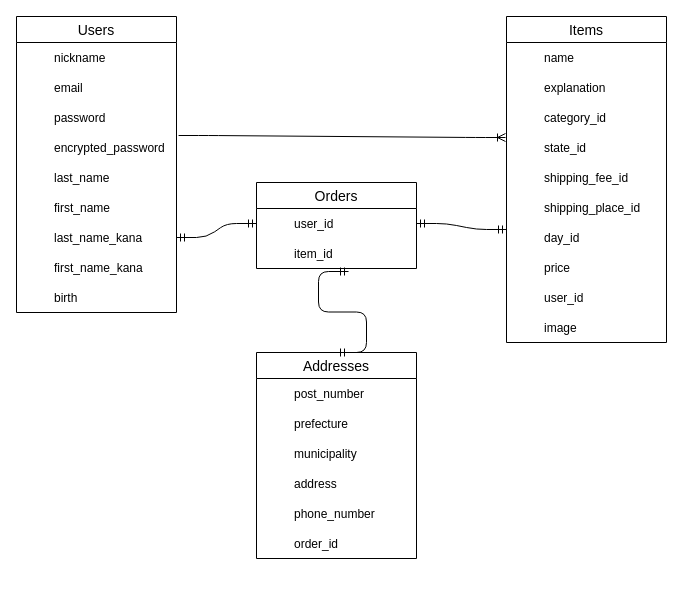
Landy1000/furima-31941 keeps this draw.io diagram as furima.dio. Above is the earlier version. Source tidied: cells renumbered, new cells numbered last; positions are measured from the earlier drawing's top-left corner, leaving out a move shared by most shapes. Both pictures are drawn from the tidied source at 100%, with x=0, y=0 at pixel (16, 16).
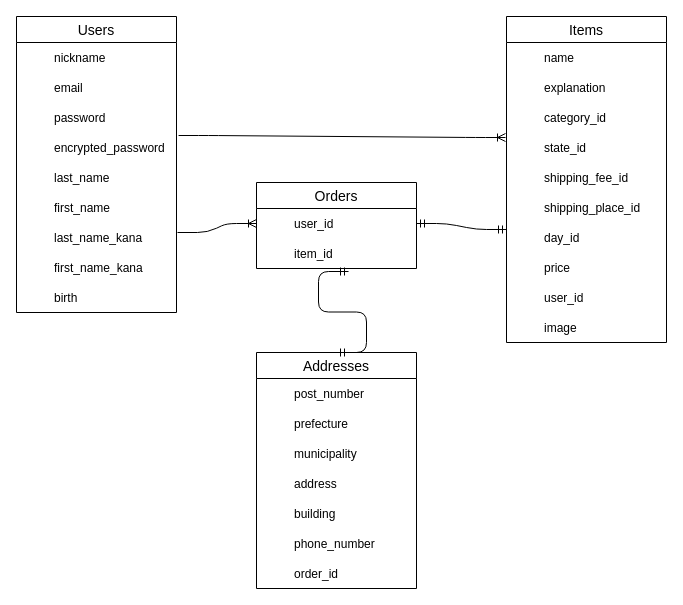
Above is the later version.

Commit message (it also covers changes not shown here):
データベース設計　修正2

Unchanged cells that the change refers to:
```xml
<mxCell id="27" style="shape=partialRectangle;fillColor=none;top=0;left=0;bottom=0;right=0;points=[[0,0.5],[1,0.5]];portConstraint=eastwest;" parent="26" vertex="1">
  <mxGeometry width="160" height="30" as="geometry" />
</mxCell>
<mxCell id="80" style="shape=partialRectangle;fillColor=none;top=0;left=0;bottom=0;right=0;points=[[0,0.5],[1,0.5]];portConstraint=eastwest;" parent="79" vertex="1">
  <mxGeometry width="160" height="30" as="geometry" />
</mxCell>
```

Change to the diagram source:
```diff
@@
-    <mxCell id="87" style="edgeStyle=entityRelationEdgeStyle;fontSize=12;html=1;endArrow=ERmandOne;startArrow=ERmandOne;exitX=1;exitY=0.5;exitDx=0;exitDy=0;entryX=0;entryY=0.5;entryDx=0;entryDy=0;" parent="1" edge="1" source="27" target="80">
-      <mxGeometry relative="1" as="geometry" />
-    </mxCell>
@@
     <mxCell id="89" value="Addresses" style="swimlane;fontStyle=0;horizontal=1;startSize=26;align=center;fontSize=14;rounded=0;sketch=0;" parent="1" vertex="1">
-      <mxGeometry x="240" y="336" width="160" height="206" as="geometry" />
+      <mxGeometry x="240" y="336" width="160" height="236" as="geometry" />
     </mxCell>
@@
     <mxCell id="102" style="shape=table;startSize=0;childLayout=tableLayout;rowLines=0;fontStyle=0;align=center;strokeColor=none;fillColor=none;rounded=0;sketch=0;" parent="89" vertex="1">
-      <mxGeometry y="116" width="160" height="30" as="geometry" />
+      <mxGeometry y="116" width="160" height="60" as="geometry" />
     </mxCell>
@@
+    <mxCell id="114" style="shape=partialRectangle;fillColor=none;top=0;left=0;bottom=0;right=0;" parent="102" vertex="1">
+      <mxGeometry y="30" width="160" height="30" as="geometry" />
+    </mxCell>
+    <mxCell id="115" style="shape=partialRectangle;fillColor=none;top=0;left=0;bottom=0;right=0;overflow=hidden;" parent="114" vertex="1">
+      <mxGeometry width="30" height="30" as="geometry" />
+    </mxCell>
+    <mxCell id="116" value="building" style="shape=partialRectangle;fillColor=none;top=0;left=0;bottom=0;right=0;align=left;spacingLeft=6;overflow=hidden;" parent="114" vertex="1">
+      <mxGeometry x="30" width="130" height="30" as="geometry" />
+    </mxCell>
     <mxCell id="106" style="shape=table;startSize=0;childLayout=tableLayout;rowLines=0;fontStyle=0;align=center;strokeColor=none;fillColor=none;rounded=0;sketch=0;" parent="89" vertex="1">
-      <mxGeometry y="146" width="160" height="60" as="geometry" />
+      <mxGeometry y="176" width="160" height="60" as="geometry" />
     </mxCell>
@@
+    <mxCell id="117" style="edgeStyle=entityRelationEdgeStyle;fontSize=12;html=1;endArrow=ERoneToMany;entryX=0;entryY=0.5;entryDx=0;entryDy=0;" parent="1" edge="1" target="80">
+      <mxGeometry relative="1" as="geometry">
+        <mxPoint x="161" y="216" as="sourcePoint" />
+      </mxGeometry>
+    </mxCell>
```
